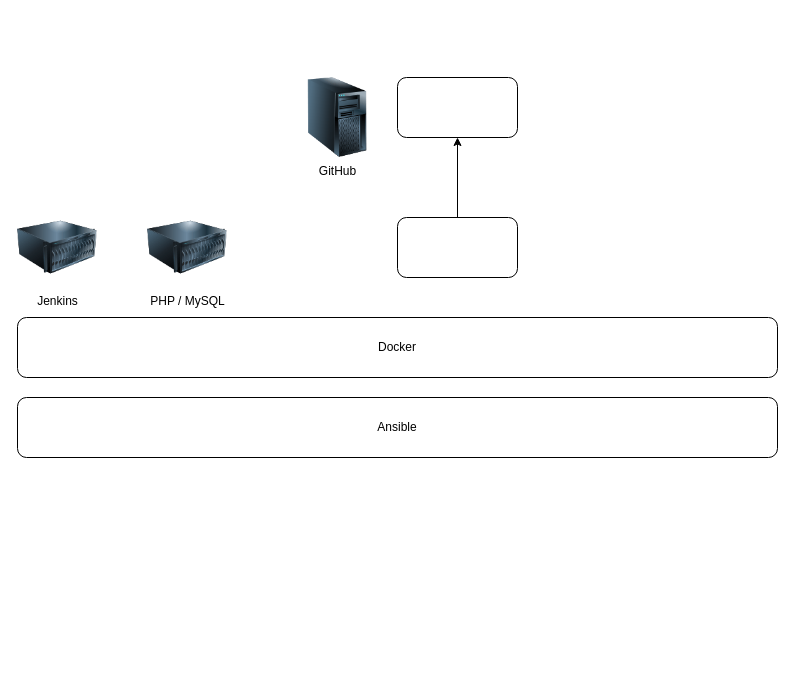
sferentzi/cicd_xam keeps this draw.io diagram as images/cicd_xam_overview.drawio. Above is the earlier version. Source tidied: cells renumbered, new cells numbered last; positions are measured from the earlier drawing's top-left corner, leaving out a move shared by most shapes. Both pictures are drawn from the tidied source at 100%, with x=0, y=0 at pixel (17, 77). Pictures stored in the file or linked from it are replaced by grey dashed boxes.
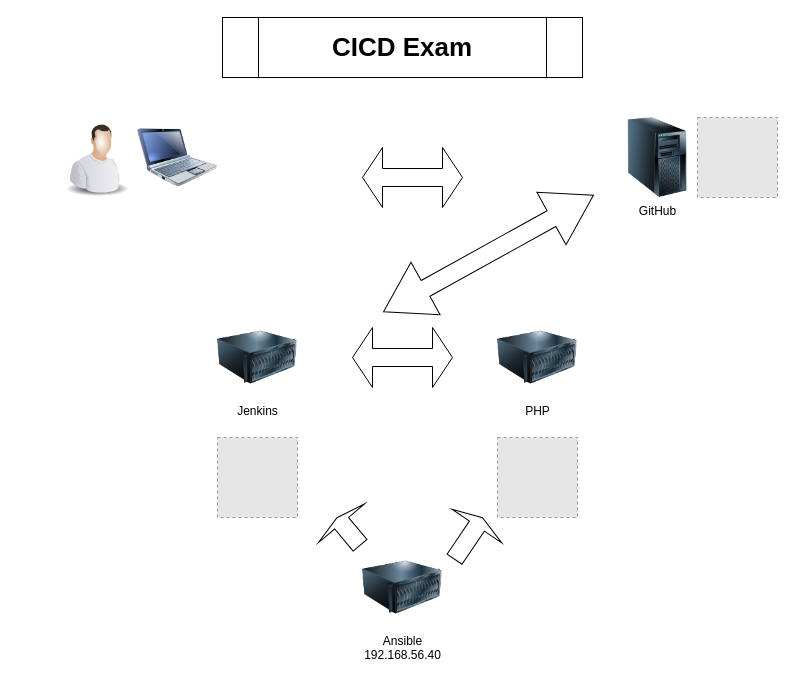
The same diagram, later.

Diff of the diagram source:
```diff
@@
 <mxGraphModel>
   <root>
     <mxCell id="0" />
     <mxCell id="1" parent="0" />
-    <mxCell id="2" value="Docker" style="rounded=1;whiteSpace=wrap;html=1;" parent="1" vertex="1">
-      <mxGeometry y="240" width="760" height="60" as="geometry" />
-    </mxCell>
-    <mxCell id="3" value="Ansible" style="rounded=1;whiteSpace=wrap;html=1;" parent="1" vertex="1">
-      <mxGeometry y="320" width="760" height="60" as="geometry" />
-    </mxCell>
-    <mxCell id="4" style="edgeStyle=orthogonalEdgeStyle;rounded=0;jettySize=auto;html=1;" parent="1" edge="1" source="5" target="6">
-      <mxGeometry relative="1" as="geometry" />
-    </mxCell>
-    <mxCell id="5" style="rounded=1;whiteSpace=wrap;html=1;" parent="1" vertex="1">
-      <mxGeometry x="380" y="140" width="120" height="60" as="geometry" />
-    </mxCell>
-    <mxCell id="6" style="rounded=1;whiteSpace=wrap;html=1;" parent="1" vertex="1">
-      <mxGeometry x="380" width="120" height="60" as="geometry" />
-    </mxCell>
     <mxCell id="7" value="Jenkins" style="image;html=1;labelBackgroundColor=#ffffff;image=img/lib/clip_art/computers/Server_128x128.png;" parent="1" vertex="1">
-      <mxGeometry y="130" width="80" height="80" as="geometry" />
+      <mxGeometry x="200" y="240" width="80" height="80" as="geometry" />
     </mxCell>
-    <mxCell id="8" value="&lt;div&gt;PHP / MySQL&lt;/div&gt;" style="image;html=1;labelBackgroundColor=#ffffff;image=img/lib/clip_art/computers/Server_128x128.png;" parent="1" vertex="1">
-      <mxGeometry x="130" y="130" width="80" height="80" as="geometry" />
+    <mxCell id="8" value="&lt;div&gt;PHP&lt;br&gt;&lt;/div&gt;" style="image;html=1;labelBackgroundColor=#ffffff;image=img/lib/clip_art/computers/Server_128x128.png;" parent="1" vertex="1">
+      <mxGeometry x="480" y="240" width="80" height="80" as="geometry" />
     </mxCell>
     <mxCell id="9" value="GitHub" style="image;html=1;labelBackgroundColor=#ffffff;image=img/lib/clip_art/computers/Server_Tower_128x128.png;" parent="1" vertex="1">
-      <mxGeometry x="280" width="80" height="80" as="geometry" />
+      <mxGeometry x="600" y="40" width="80" height="80" as="geometry" />
     </mxCell>
+    <mxCell id="10" value="&lt;div&gt;Ansible&lt;/div&gt;&lt;div&gt;192.168.56.40&lt;br&gt;&lt;/div&gt;" style="image;html=1;labelBackgroundColor=#ffffff;image=img/lib/clip_art/computers/Server_128x128.png;" parent="1" vertex="1">
+      <mxGeometry x="345" y="470" width="80" height="80" as="geometry" />
+    </mxCell>
+    <mxCell id="11" style="fillColor=#E6E6E6;strokeColor=#999999;dashed=1;html=1;verticalAlign=top;verticalLabelPosition=bottom;labelBackgroundColor=#ffffff;" parent="1" vertex="1">
+      <mxGeometry x="680" y="40" width="80" height="80" as="geometry" />
+    </mxCell>
+    <mxCell id="12" style="fillColor=#E6E6E6;strokeColor=#999999;dashed=1;html=1;verticalAlign=top;verticalLabelPosition=bottom;labelBackgroundColor=#ffffff;" parent="1" vertex="1">
+      <mxGeometry x="480" y="360" width="80" height="80" as="geometry" />
+    </mxCell>
+    <mxCell id="13" style="fillColor=#E6E6E6;strokeColor=#999999;dashed=1;html=1;verticalAlign=top;verticalLabelPosition=bottom;labelBackgroundColor=#ffffff;" parent="1" vertex="1">
+      <mxGeometry x="200" y="360" width="80" height="80" as="geometry" />
+    </mxCell>
+    <mxCell id="14" value="CICD Exam" style="shape=process;whiteSpace=wrap;html=1;backgroundOutline=1;fontSize=26;fontStyle=1;labelBackgroundColor=#ffffff;" parent="1" vertex="1">
+      <mxGeometry x="205" y="-60" width="360" height="60" as="geometry" />
+    </mxCell>
+    <mxCell id="15" style="image;html=1;labelBackgroundColor=#ffffff;image=img/lib/clip_art/computers/Netbook_128x128.png;fontSize=26;" parent="1" vertex="1">
+      <mxGeometry x="120" y="40" width="80" height="80" as="geometry" />
+    </mxCell>
+    <mxCell id="16" style="image;html=1;labelBackgroundColor=#ffffff;image=img/lib/clip_art/people/Worker_Man_128x128.png;fontSize=26;" parent="1" vertex="1">
+      <mxGeometry x="40" y="40" width="80" height="80" as="geometry" />
+    </mxCell>
+    <mxCell id="17" style="shape=doubleArrow;whiteSpace=wrap;html=1;fontSize=26;rotation=-29;" parent="1" vertex="1">
+      <mxGeometry x="351" y="146" width="240" height="60" as="geometry" />
+    </mxCell>
+    <mxCell id="18" style="shape=doubleArrow;whiteSpace=wrap;html=1;fontSize=26;" parent="1" vertex="1">
+      <mxGeometry x="335" y="250" width="100" height="60" as="geometry" />
+    </mxCell>
+    <mxCell id="19" style="shape=doubleArrow;whiteSpace=wrap;html=1;fontSize=26;" parent="1" vertex="1">
+      <mxGeometry x="345" y="70" width="100" height="60" as="geometry" />
+    </mxCell>
+    <mxCell id="20" style="shape=singleArrow;direction=north;whiteSpace=wrap;html=1;labelBackgroundColor=#4D9900;fillColor=none;fontSize=26;rotation=-40;" parent="1" vertex="1">
+      <mxGeometry x="301" y="436" width="60" height="36" as="geometry" />
+    </mxCell>
+    <mxCell id="21" style="shape=singleArrow;direction=north;whiteSpace=wrap;html=1;labelBackgroundColor=#4D9900;fillColor=none;fontSize=26;rotation=34;" parent="1" vertex="1">
+      <mxGeometry x="421" y="436" width="60" height="50" as="geometry" />
+    </mxCell>
   </root>
 </mxGraphModel>
```
